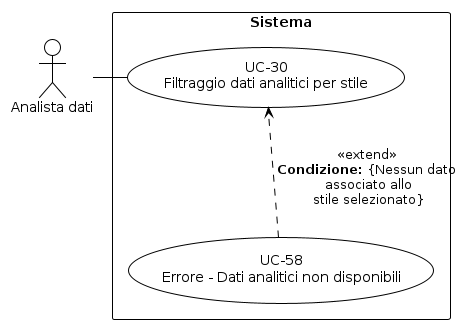
Above: RTB/Analisi dei Requisiti/diagrammi_use_case/UC-30.png in aLittleByte-19/Documentazione (PlantUML), before the change.
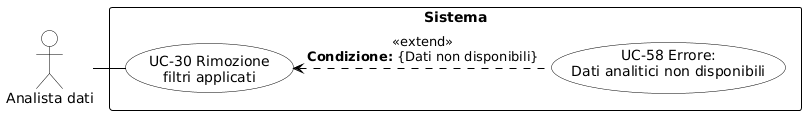
Later version of the same file.

What changed in the source:
```diff
@@ -1,24 +1,32 @@
 @startuml
-!theme plain
+skinparam defaultFontName Arial
+skinparam nodesep 25
+skinparam ranksep 45
+
 skinparam usecase {
-  BackgroundColor white
-  BorderColor black
+    BackgroundColor white
+    BorderColor black
+    ArrowColor black
 }
 skinparam actor {
-  BackgroundColor white
-  BorderColor black
+    BackgroundColor white
+    BorderColor black
 }
 skinparam rectangle {
-  BackgroundColor white
-  BorderColor black
+    BorderColor black
+    FontStyle bold
 }
-top to bottom direction
-actor "Analista dati" as A
+
+actor "Analista dati" as ActorAnalista
+
 rectangle "Sistema" {
-  usecase "UC-30\nFiltraggio dati analitici per stile" as UC30
-  usecase "UC-58\nErrore - Dati analitici non disponibili" as UC58
-  A - UC30
-  UC30 -[hidden]d- UC58
-  UC58 ..> UC30 : <<extend>>\n**Condizione:** {Nessun dato\n associato allo\n stile selezionato}
+    usecase "UC-58 Errore:\nDati analitici non disponibili" as UC58
+
+    usecase "UC-30 Rimozione\nfiltri applicati" as UC30
 }
+
+
+ActorAnalista -right- UC30
+
+UC58 ..left..> UC30 : <<extend>>\n**Condizione:** {Dati non disponibili}
 @enduml
```
